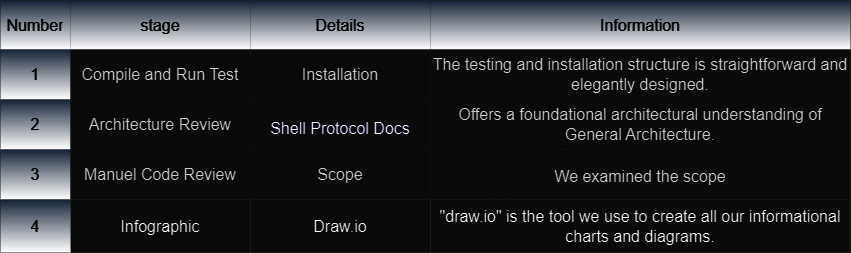
catellaTech/unknow keeps this draw.io diagram as VERWA1.drawio.png. Above is the earlier version. Source tidied: cells renumbered, new cells last; positions are measured from the earlier drawing's top-left corner, leaving out a move shared by most shapes.
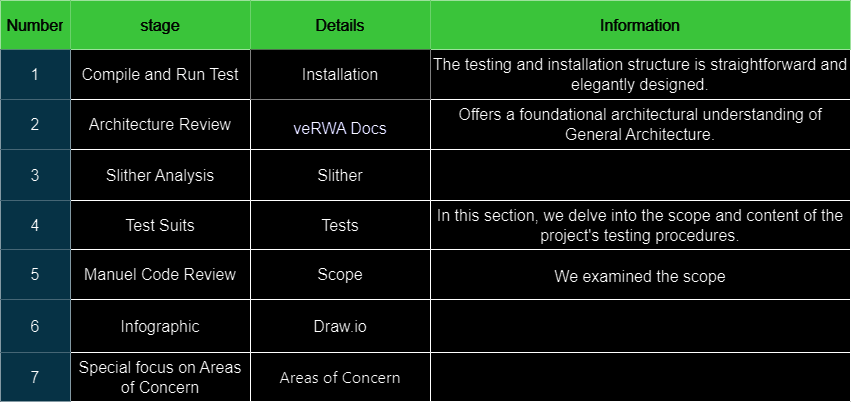
The same file after the commit.

Diff of the diagram source:
```diff
@@ -2,73 +2,103 @@
   <root>
     <mxCell id="0" />
     <mxCell id="1" parent="0" />
-    <mxCell id="2" style="shape=table;startSize=0;fontSize=16;fillColor=#f5f5f5;strokeColor=#006600;fontColor=#333333;strokeWidth=0;" parent="1" vertex="1">
-      <mxGeometry width="850" height="252" as="geometry" />
+    <mxCell id="2" style="shape=table;startSize=0;fontSize=16;" parent="1" vertex="1">
+      <mxGeometry width="850" height="401" as="geometry" />
     </mxCell>
     <mxCell id="3" style="shape=tableRow;horizontal=0;startSize=0;swimlaneHead=0;swimlaneBody=0;strokeColor=inherit;top=0;left=0;bottom=0;right=0;fillColor=none;fontSize=16;" parent="2" vertex="1">
       <mxGeometry width="850" height="49" as="geometry" />
     </mxCell>
-    <mxCell id="4" value="Number" style="shape=partialRectangle;html=1;whiteSpace=wrap;strokeColor=#005700;overflow=hidden;fillColor=#D4E1F5;top=0;left=0;bottom=0;right=0;fontSize=16;fontColor=#ffffff;gradientColor=default;" parent="3" vertex="1">
+    <mxCell id="4" value="Number" style="shape=partialRectangle;html=1;whiteSpace=wrap;strokeColor=#005700;overflow=hidden;fillColor=#008a00;top=0;left=0;bottom=0;right=0;fontSize=16;fontColor=#ffffff;" parent="3" vertex="1">
       <mxGeometry width="70" height="49" as="geometry" />
     </mxCell>
-    <mxCell id="5" value="stage" style="shape=partialRectangle;html=1;whiteSpace=wrap;strokeColor=#005700;overflow=hidden;fillColor=#D4E1F5;top=0;left=0;bottom=0;right=0;fontSize=16;fontColor=#ffffff;gradientColor=default;" parent="3" vertex="1">
+    <mxCell id="5" value="stage" style="shape=partialRectangle;html=1;whiteSpace=wrap;strokeColor=#005700;overflow=hidden;fillColor=#008a00;top=0;left=0;bottom=0;right=0;fontSize=16;fontColor=#ffffff;" parent="3" vertex="1">
       <mxGeometry x="70" width="180" height="49" as="geometry" />
     </mxCell>
-    <mxCell id="6" value="Details" style="shape=partialRectangle;html=1;whiteSpace=wrap;strokeColor=#005700;overflow=hidden;fillColor=#D4E1F5;top=0;left=0;bottom=0;right=0;fontSize=16;fontColor=#ffffff;gradientColor=default;" parent="3" vertex="1">
+    <mxCell id="6" value="Details" style="shape=partialRectangle;html=1;whiteSpace=wrap;strokeColor=#005700;overflow=hidden;fillColor=#008a00;top=0;left=0;bottom=0;right=0;fontSize=16;fontColor=#ffffff;" parent="3" vertex="1">
       <mxGeometry x="250" width="180" height="49" as="geometry" />
     </mxCell>
-    <mxCell id="7" value="Information" style="shape=partialRectangle;html=1;whiteSpace=wrap;strokeColor=#005700;overflow=hidden;fillColor=#D4E1F5;top=0;left=0;bottom=0;right=0;fontSize=16;fontColor=#ffffff;gradientColor=default;" parent="3" vertex="1">
+    <mxCell id="7" value="Information" style="shape=partialRectangle;html=1;whiteSpace=wrap;strokeColor=#005700;overflow=hidden;fillColor=#008a00;top=0;left=0;bottom=0;right=0;fontSize=16;fontColor=#ffffff;" parent="3" vertex="1">
       <mxGeometry x="430" width="420" height="49" as="geometry" />
     </mxCell>
     <mxCell id="8" style="shape=tableRow;horizontal=0;startSize=0;swimlaneHead=0;swimlaneBody=0;strokeColor=inherit;top=0;left=0;bottom=0;right=0;fillColor=none;fontSize=16;" parent="2" vertex="1">
       <mxGeometry y="49" width="850" height="50" as="geometry" />
     </mxCell>
-    <mxCell id="9" value="1" style="shape=partialRectangle;html=1;whiteSpace=wrap;strokeColor=#005700;overflow=hidden;fillColor=#D4E1F5;top=0;left=0;bottom=0;right=0;fontSize=16;fontColor=#ffffff;gradientColor=default;" parent="8" vertex="1">
+    <mxCell id="9" value="1" style="shape=partialRectangle;html=1;whiteSpace=wrap;strokeColor=#10739e;overflow=hidden;fillColor=#b1ddf0;top=0;left=0;bottom=0;right=0;fontSize=16;" parent="8" vertex="1">
       <mxGeometry width="70" height="50" as="geometry" />
     </mxCell>
-    <mxCell id="10" value="Compile and Run Test" style="shape=partialRectangle;html=1;whiteSpace=wrap;strokeColor=#666666;overflow=hidden;fillColor=#f5f5f5;top=0;left=0;bottom=0;right=0;fontSize=16;fontColor=#333333;" parent="8" vertex="1">
+    <mxCell id="10" value="Compile and Run Test" style="shape=partialRectangle;html=1;whiteSpace=wrap;strokeColor=inherit;overflow=hidden;fillColor=none;top=0;left=0;bottom=0;right=0;fontSize=16;" parent="8" vertex="1">
       <mxGeometry x="70" width="180" height="50" as="geometry" />
     </mxCell>
-    <mxCell id="11" value="Installation" style="shape=partialRectangle;html=1;whiteSpace=wrap;overflow=hidden;top=0;left=0;bottom=0;right=0;fontSize=16;fillColor=#f5f5f5;fontColor=#333333;strokeColor=#666666;" parent="8" vertex="1">
+    <mxCell id="11" value="Installation" style="shape=partialRectangle;html=1;whiteSpace=wrap;overflow=hidden;top=0;left=0;bottom=0;right=0;fontSize=16;" parent="8" vertex="1">
       <mxGeometry x="250" width="180" height="50" as="geometry" />
     </mxCell>
-    <mxCell id="12" value="The testing and installation structure is straightforward and elegantly designed." style="shape=partialRectangle;html=1;whiteSpace=wrap;strokeColor=#666666;overflow=hidden;fillColor=#f5f5f5;top=0;left=0;bottom=0;right=0;fontSize=16;fontColor=#333333;" parent="8" vertex="1">
+    <mxCell id="12" value="The testing and installation structure is straightforward and elegantly designed." style="shape=partialRectangle;html=1;whiteSpace=wrap;strokeColor=inherit;overflow=hidden;fillColor=none;top=0;left=0;bottom=0;right=0;fontSize=16;" parent="8" vertex="1">
       <mxGeometry x="430" width="420" height="50" as="geometry" />
     </mxCell>
     <mxCell id="13" style="shape=tableRow;horizontal=0;startSize=0;swimlaneHead=0;swimlaneBody=0;strokeColor=inherit;top=0;left=0;bottom=0;right=0;fillColor=none;fontSize=16;" parent="2" vertex="1">
       <mxGeometry y="99" width="850" height="50" as="geometry" />
     </mxCell>
-    <mxCell id="14" value="2" style="shape=partialRectangle;html=1;whiteSpace=wrap;strokeColor=#005700;overflow=hidden;fillColor=#D4E1F5;top=0;left=0;bottom=0;right=0;fontSize=16;fontColor=#ffffff;gradientColor=default;" parent="13" vertex="1">
+    <mxCell id="14" value="2" style="shape=partialRectangle;html=1;whiteSpace=wrap;strokeColor=#10739e;overflow=hidden;fillColor=#b1ddf0;top=0;left=0;bottom=0;right=0;fontSize=16;" parent="13" vertex="1">
       <mxGeometry width="70" height="50" as="geometry" />
     </mxCell>
-    <mxCell id="15" value="Architecture Review" style="shape=partialRectangle;html=1;whiteSpace=wrap;strokeColor=#666666;overflow=hidden;fillColor=#f5f5f5;top=0;left=0;bottom=0;right=0;fontSize=16;fontColor=#333333;" parent="13" vertex="1">
+    <mxCell id="15" value="Architecture Review" style="shape=partialRectangle;html=1;whiteSpace=wrap;strokeColor=inherit;overflow=hidden;fillColor=none;top=0;left=0;bottom=0;right=0;fontSize=16;" parent="13" vertex="1">
       <mxGeometry x="70" width="180" height="50" as="geometry" />
     </mxCell>
-    <mxCell id="16" value="&lt;h1 class=&quot;type__headline__xs&quot; style=&quot;background-image: none; background-position: initial; background-size: initial; background-repeat: initial; background-attachment: initial; background-origin: initial; background-clip: initial; border: none; box-sizing: border-box; margin: 0.25em 0px 0.25rem; padding: 0px; vertical-align: baseline; font-family: &amp;quot;Satoshi Variable&amp;quot;, sans-serif; line-height: 68%; text-align: start;&quot;&gt;&lt;font color=&quot;#000033&quot; style=&quot;font-weight: normal; font-size: 16px;&quot;&gt;Shell Protocol Docs&lt;/font&gt;&lt;/h1&gt;" style="shape=partialRectangle;html=1;whiteSpace=wrap;strokeColor=#666666;overflow=hidden;fillColor=#f5f5f5;top=0;left=0;bottom=0;right=0;fontSize=16;fontColor=#333333;" parent="13" vertex="1">
+    <mxCell id="16" value="&lt;h1 class=&quot;type__headline__xs&quot; style=&quot;background-image: none; background-position: initial; background-size: initial; background-repeat: initial; background-attachment: initial; background-origin: initial; background-clip: initial; border: none; box-sizing: border-box; margin: 0.25em 0px 0.25rem; padding: 0px; vertical-align: baseline; font-family: &amp;quot;Satoshi Variable&amp;quot;, sans-serif; line-height: 68%; text-align: start;&quot;&gt;&lt;font color=&quot;#000033&quot; style=&quot;font-weight: normal; font-size: 16px;&quot;&gt;veRWA&amp;nbsp;Docs&lt;/font&gt;&lt;/h1&gt;" style="shape=partialRectangle;html=1;whiteSpace=wrap;strokeColor=inherit;overflow=hidden;fillColor=none;top=0;left=0;bottom=0;right=0;fontSize=16;" parent="13" vertex="1">
       <mxGeometry x="250" width="180" height="50" as="geometry" />
     </mxCell>
-    <mxCell id="17" value="Offers a foundational architectural understanding of General Architecture." style="shape=partialRectangle;html=1;whiteSpace=wrap;strokeColor=#666666;overflow=hidden;fillColor=#f5f5f5;top=0;left=0;bottom=0;right=0;fontSize=16;fontColor=#333333;" parent="13" vertex="1">
+    <mxCell id="17" value="Offers a foundational architectural understanding of General Architecture." style="shape=partialRectangle;html=1;whiteSpace=wrap;strokeColor=inherit;overflow=hidden;fillColor=none;top=0;left=0;bottom=0;right=0;fontSize=16;" parent="13" vertex="1">
       <mxGeometry x="430" width="420" height="50" as="geometry" />
     </mxCell>
+    <mxCell id="28" style="shape=tableRow;horizontal=0;startSize=0;swimlaneHead=0;swimlaneBody=0;strokeColor=inherit;top=0;left=0;bottom=0;right=0;fillColor=none;fontSize=16;" parent="2" vertex="1">
+      <mxGeometry y="149" width="850" height="51" as="geometry" />
+    </mxCell>
+    <mxCell id="29" value="3" style="shape=partialRectangle;html=1;whiteSpace=wrap;strokeColor=#10739e;overflow=hidden;fillColor=#b1ddf0;top=0;left=0;bottom=0;right=0;fontSize=16;" parent="28" vertex="1">
+      <mxGeometry width="70" height="51" as="geometry" />
+    </mxCell>
+    <mxCell id="30" value="Slither Analysis" style="shape=partialRectangle;html=1;whiteSpace=wrap;strokeColor=inherit;overflow=hidden;fillColor=none;top=0;left=0;bottom=0;right=0;fontSize=16;" parent="28" vertex="1">
+      <mxGeometry x="70" width="180" height="51" as="geometry" />
+    </mxCell>
+    <mxCell id="31" value="Slither" style="shape=partialRectangle;html=1;whiteSpace=wrap;strokeColor=inherit;overflow=hidden;fillColor=none;top=0;left=0;bottom=0;right=0;fontSize=16;" parent="28" vertex="1">
+      <mxGeometry x="250" width="180" height="51" as="geometry" />
+    </mxCell>
+    <mxCell id="32" style="shape=partialRectangle;html=1;whiteSpace=wrap;strokeColor=inherit;overflow=hidden;fillColor=none;top=0;left=0;bottom=0;right=0;fontSize=16;" parent="28" vertex="1">
+      <mxGeometry x="430" width="420" height="51" as="geometry" />
+    </mxCell>
+    <mxCell id="33" style="shape=tableRow;horizontal=0;startSize=0;swimlaneHead=0;swimlaneBody=0;strokeColor=inherit;top=0;left=0;bottom=0;right=0;fillColor=none;fontSize=16;" parent="2" vertex="1">
+      <mxGeometry y="200" width="850" height="49" as="geometry" />
+    </mxCell>
+    <mxCell id="34" value="4" style="shape=partialRectangle;html=1;whiteSpace=wrap;strokeColor=#10739e;overflow=hidden;fillColor=#b1ddf0;top=0;left=0;bottom=0;right=0;fontSize=16;" parent="33" vertex="1">
+      <mxGeometry width="70" height="49" as="geometry" />
+    </mxCell>
+    <mxCell id="35" value="Test Suits" style="shape=partialRectangle;html=1;whiteSpace=wrap;strokeColor=inherit;overflow=hidden;fillColor=none;top=0;left=0;bottom=0;right=0;fontSize=16;" parent="33" vertex="1">
+      <mxGeometry x="70" width="180" height="49" as="geometry" />
+    </mxCell>
+    <mxCell id="36" value="Tests" style="shape=partialRectangle;html=1;whiteSpace=wrap;strokeColor=inherit;overflow=hidden;fillColor=none;top=0;left=0;bottom=0;right=0;fontSize=16;" parent="33" vertex="1">
+      <mxGeometry x="250" width="180" height="49" as="geometry" />
+    </mxCell>
+    <mxCell id="37" value="In this section, we delve into the scope and content of the project's testing procedures." style="shape=partialRectangle;html=1;whiteSpace=wrap;strokeColor=inherit;overflow=hidden;fillColor=none;top=0;left=0;bottom=0;right=0;fontSize=16;" parent="33" vertex="1">
+      <mxGeometry x="430" width="420" height="49" as="geometry" />
+    </mxCell>
     <mxCell id="18" style="shape=tableRow;horizontal=0;startSize=0;swimlaneHead=0;swimlaneBody=0;strokeColor=inherit;top=0;left=0;bottom=0;right=0;fillColor=none;fontSize=16;" parent="2" vertex="1">
-      <mxGeometry y="149" width="850" height="50" as="geometry" />
+      <mxGeometry y="249" width="850" height="50" as="geometry" />
     </mxCell>
-    <mxCell id="19" value="3" style="shape=partialRectangle;html=1;whiteSpace=wrap;strokeColor=#005700;overflow=hidden;fillColor=#D4E1F5;top=0;left=0;bottom=0;right=0;fontSize=16;fontColor=#ffffff;gradientColor=default;" parent="18" vertex="1">
+    <mxCell id="19" value="5" style="shape=partialRectangle;html=1;whiteSpace=wrap;strokeColor=#10739e;overflow=hidden;fillColor=#b1ddf0;top=0;left=0;bottom=0;right=0;fontSize=16;" parent="18" vertex="1">
       <mxGeometry width="70" height="50" as="geometry" />
     </mxCell>
-    <mxCell id="20" value="Manuel Code Review" style="shape=partialRectangle;html=1;whiteSpace=wrap;strokeColor=#666666;overflow=hidden;fillColor=#f5f5f5;top=0;left=0;bottom=0;right=0;fontSize=16;fontColor=#333333;" parent="18" vertex="1">
+    <mxCell id="20" value="Manuel Code Review" style="shape=partialRectangle;html=1;whiteSpace=wrap;strokeColor=inherit;overflow=hidden;fillColor=none;top=0;left=0;bottom=0;right=0;fontSize=16;" parent="18" vertex="1">
       <mxGeometry x="70" width="180" height="50" as="geometry" />
     </mxCell>
-    <mxCell id="21" value="Scope" style="shape=partialRectangle;html=1;whiteSpace=wrap;strokeColor=#666666;overflow=hidden;fillColor=#f5f5f5;top=0;left=0;bottom=0;right=0;fontSize=16;fontColor=#333333;" parent="18" vertex="1">
+    <mxCell id="21" value="Scope" style="shape=partialRectangle;html=1;whiteSpace=wrap;strokeColor=inherit;overflow=hidden;fillColor=none;top=0;left=0;bottom=0;right=0;fontSize=16;" parent="18" vertex="1">
       <mxGeometry x="250" width="180" height="50" as="geometry" />
     </mxCell>
-    <mxCell id="22" value="&lt;p style=&quot;line-height: 20%;&quot;&gt;&lt;br&gt;We examined the scope&lt;br&gt;&lt;/p&gt;" style="shape=partialRectangle;html=1;whiteSpace=wrap;strokeColor=#666666;overflow=hidden;fillColor=#f5f5f5;top=0;left=0;bottom=0;right=0;fontSize=16;fontColor=#333333;" parent="18" vertex="1">
+    <mxCell id="22" value="&lt;p style=&quot;line-height: 20%;&quot;&gt;&lt;br&gt;We examined the scope&lt;br&gt;&lt;/p&gt;" style="shape=partialRectangle;html=1;whiteSpace=wrap;strokeColor=inherit;overflow=hidden;fillColor=none;top=0;left=0;bottom=0;right=0;fontSize=16;" parent="18" vertex="1">
       <mxGeometry x="430" width="420" height="50" as="geometry" />
     </mxCell>
     <mxCell id="23" style="shape=tableRow;horizontal=0;startSize=0;swimlaneHead=0;swimlaneBody=0;strokeColor=inherit;top=0;left=0;bottom=0;right=0;fillColor=none;fontSize=16;" parent="2" vertex="1">
-      <mxGeometry y="199" width="850" height="53" as="geometry" />
+      <mxGeometry y="299" width="850" height="53" as="geometry" />
     </mxCell>
-    <mxCell id="24" value="4" style="shape=partialRectangle;html=1;whiteSpace=wrap;strokeColor=#005700;overflow=hidden;fillColor=#D4E1F5;top=0;left=0;bottom=0;right=0;fontSize=16;fontColor=#ffffff;gradientColor=default;" parent="23" vertex="1">
+    <mxCell id="24" value="6" style="shape=partialRectangle;html=1;whiteSpace=wrap;strokeColor=#10739e;overflow=hidden;fillColor=#b1ddf0;top=0;left=0;bottom=0;right=0;fontSize=16;" parent="23" vertex="1">
       <mxGeometry width="70" height="53" as="geometry" />
     </mxCell>
     <mxCell id="25" value="Infographic" style="shape=partialRectangle;html=1;whiteSpace=wrap;strokeColor=inherit;overflow=hidden;fillColor=none;top=0;left=0;bottom=0;right=0;fontSize=16;" parent="23" vertex="1">
@@ -77,8 +107,23 @@
     <mxCell id="26" value="Draw.io" style="shape=partialRectangle;html=1;whiteSpace=wrap;strokeColor=inherit;overflow=hidden;fillColor=none;top=0;left=0;bottom=0;right=0;fontSize=16;" parent="23" vertex="1">
       <mxGeometry x="250" width="180" height="53" as="geometry" />
     </mxCell>
-    <mxCell id="27" value="&quot;draw.io&quot; is the tool we use to create all our informational charts and diagrams." style="shape=partialRectangle;html=1;whiteSpace=wrap;strokeColor=inherit;overflow=hidden;fillColor=none;top=0;left=0;bottom=0;right=0;fontSize=16;" parent="23" vertex="1">
+    <mxCell id="27" style="shape=partialRectangle;html=1;whiteSpace=wrap;strokeColor=inherit;overflow=hidden;fillColor=none;top=0;left=0;bottom=0;right=0;fontSize=16;" parent="23" vertex="1">
       <mxGeometry x="430" width="420" height="53" as="geometry" />
     </mxCell>
+    <mxCell id="38" style="shape=tableRow;horizontal=0;startSize=0;swimlaneHead=0;swimlaneBody=0;strokeColor=inherit;top=0;left=0;bottom=0;right=0;fillColor=none;fontSize=16;" parent="2" vertex="1">
+      <mxGeometry y="352" width="850" height="49" as="geometry" />
+    </mxCell>
+    <mxCell id="39" value="7" style="shape=partialRectangle;html=1;whiteSpace=wrap;strokeColor=#10739e;overflow=hidden;fillColor=#b1ddf0;top=0;left=0;bottom=0;right=0;fontSize=16;" parent="38" vertex="1">
+      <mxGeometry width="70" height="49" as="geometry" />
+    </mxCell>
+    <mxCell id="40" value="Special focus on Areas of Concern" style="shape=partialRectangle;html=1;whiteSpace=wrap;strokeColor=inherit;overflow=hidden;fillColor=none;top=0;left=0;bottom=0;right=0;fontSize=16;" parent="38" vertex="1">
+      <mxGeometry x="70" width="180" height="49" as="geometry" />
+    </mxCell>
+    <mxCell id="41" value="&lt;font face=&quot;-apple-system, BlinkMacSystemFont, Segoe UI, Noto Sans, Helvetica, Arial, sans-serif, Apple Color Emoji, Segoe UI Emoji&quot;&gt;&lt;span style=&quot;box-sizing: border-box; text-align: -webkit-left;&quot;&gt;Areas of Concern&lt;/span&gt;&lt;/font&gt;" style="shape=partialRectangle;html=1;whiteSpace=wrap;strokeColor=inherit;overflow=hidden;fillColor=none;top=0;left=0;bottom=0;right=0;fontSize=16;" parent="38" vertex="1">
+      <mxGeometry x="250" width="180" height="49" as="geometry" />
+    </mxCell>
+    <mxCell id="42" value="&lt;pre style=&quot;border: none; box-sizing: border-box; margin-top: 2rem; margin-bottom: 2rem; padding: 0.5rem 1rem; width: 1036px; overflow-x: auto; line-height: 125%; border-radius: 0.2rem; background-image: initial !important; background-position: initial !important; background-size: initial !important; background-repeat: initial !important; background-attachment: initial !important; background-origin: initial !important; background-clip: initial !important;&quot;&gt;&lt;span style=&quot;background-position: initial; background-size: initial; background-repeat: initial; background-attachment: initial; background-origin: initial; background-clip: initial; border-width: initial; border-color: initial; border-image: initial; box-sizing: border-box; word-break: break-word;&quot;&gt;areas you would like addressed&lt;/span&gt;&lt;/pre&gt;" style="shape=partialRectangle;html=1;whiteSpace=wrap;strokeColor=inherit;overflow=hidden;fillColor=none;top=0;left=0;bottom=0;right=0;fontSize=16;align=right;" parent="38" vertex="1">
+      <mxGeometry x="430" width="420" height="49" as="geometry" />
+    </mxCell>
   </root>
 </mxGraphModel>
```
